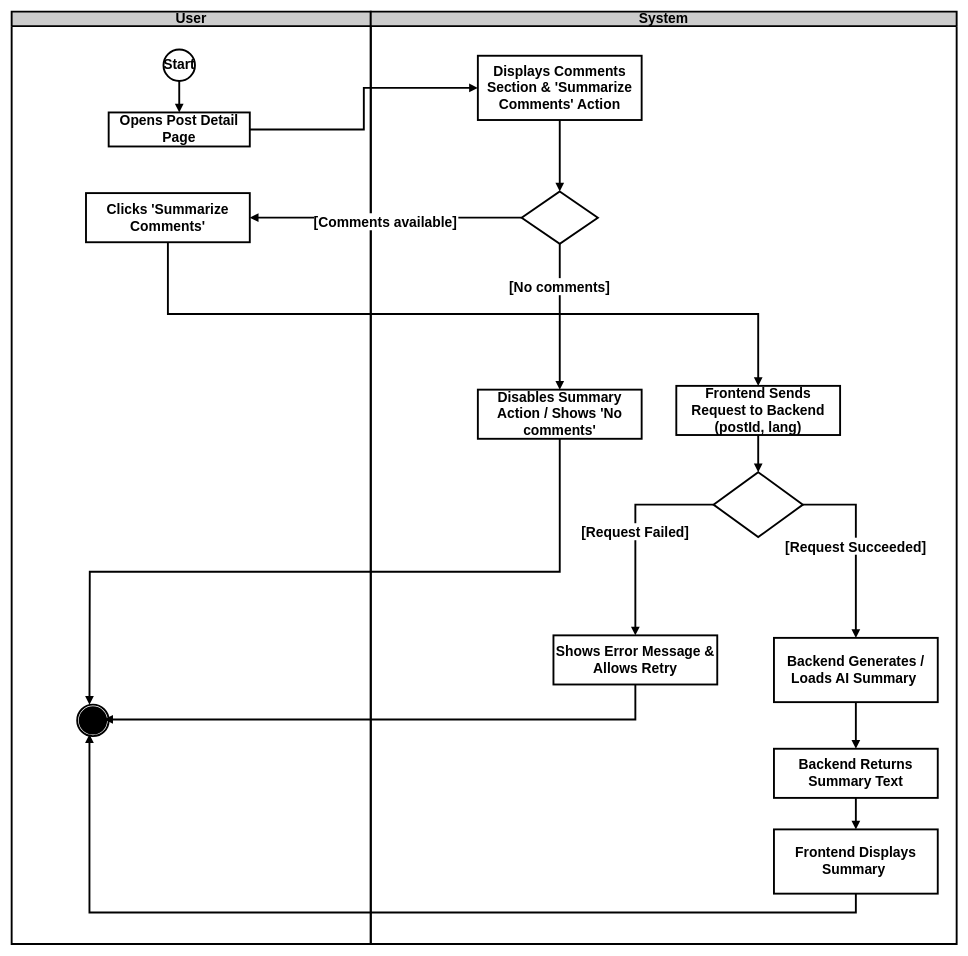
Earlier version of the draw.io diagram page "第 15. 页" (15 of 24) of ActivityDiargm.drawio (pzyllll/Graduation-project-document). Source tidied: cells renumbered, new cells numbered last; positions are measured from the earlier drawing's top-left corner, leaving out a move shared by most shapes. Both pictures are drawn from the tidied source at 63%, with x=0, y=0 at pixel (11, 11).
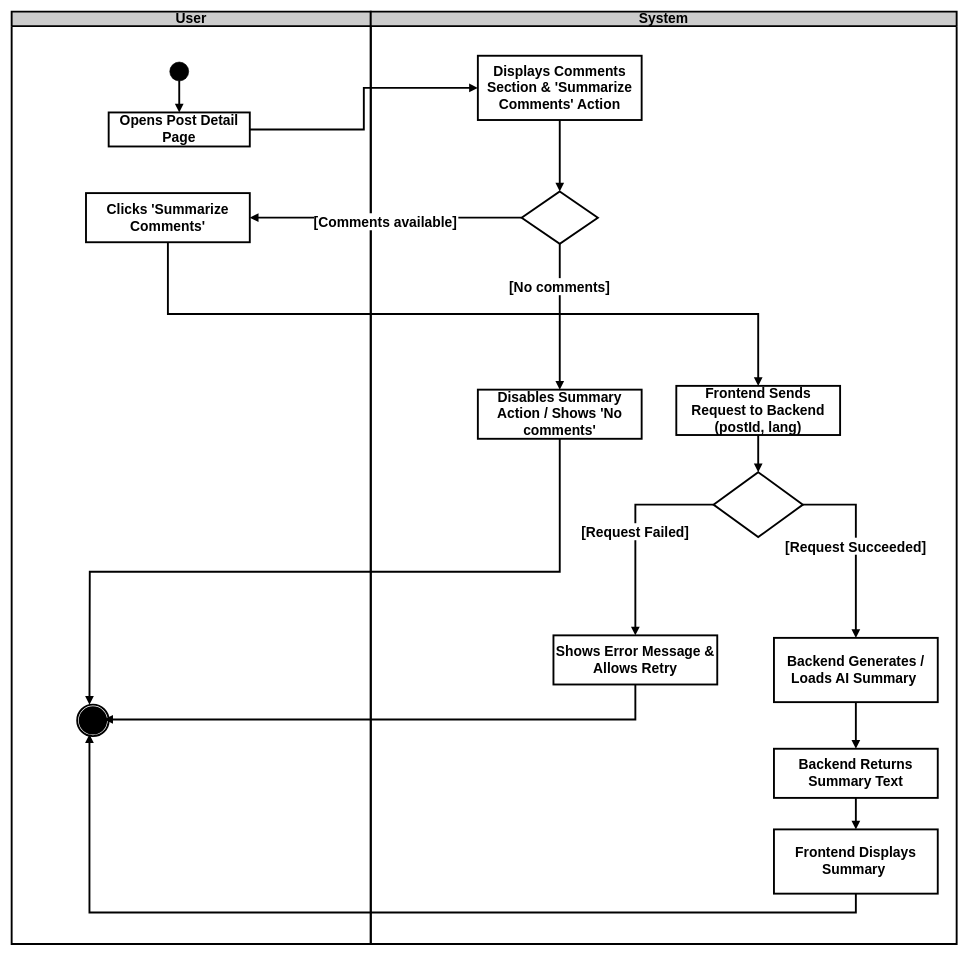
After the change.

Unchanged cells that the change refers to:
```xml
<mxCell id="2" value="&lt;font&gt;User&lt;/font&gt;" style="swimlane;whiteSpace=wrap;html=1;strokeWidth=3;fontStyle=1;fontSize=22;fillColor=#CCCCCC;" parent="1" vertex="1">
  <mxGeometry width="570" height="1480" as="geometry" />
</mxCell>
<mxCell id="4" value="Opens Post Detail Page" style="whiteSpace=wrap;strokeWidth=3;fontStyle=1;fontSize=22;" parent="2" vertex="1">
  <mxGeometry x="154" y="160" width="224" height="54" as="geometry" />
</mxCell>
```

Change to the diagram source:
```diff
@@
-    <mxCell id="3" value="Start" style="ellipse;strokeWidth=3;whiteSpace=wrap;fontStyle=1;fontSize=22;" parent="2" vertex="1">
-      <mxGeometry x="241" y="60" width="50" height="50" as="geometry" />
-    </mxCell>
@@
-    <mxCell id="6" style="curved=1;startArrow=none;endArrow=block;exitX=0.5;exitY=1;entryX=0.5;entryY=0;rounded=0;strokeWidth=3;fontStyle=1;fontSize=22;" parent="2" edge="1" source="3" target="4">
-      <mxGeometry relative="1" as="geometry" />
+    <mxCell id="6" style="curved=1;startArrow=none;endArrow=block;exitX=0.5;exitY=1;entryX=0.5;entryY=0;rounded=0;strokeWidth=3;fontStyle=1;fontSize=22;" parent="2" edge="1" target="4">
+      <mxGeometry relative="1" as="geometry">
+        <mxPoint x="266" y="110" as="sourcePoint" />
+      </mxGeometry>
     </mxCell>
@@
+    <mxCell id="31" style="ellipse;fillColor=strokeColor;html=1;" parent="2" vertex="1">
+      <mxGeometry x="251" y="80" width="30" height="30" as="geometry" />
+    </mxCell>
```
